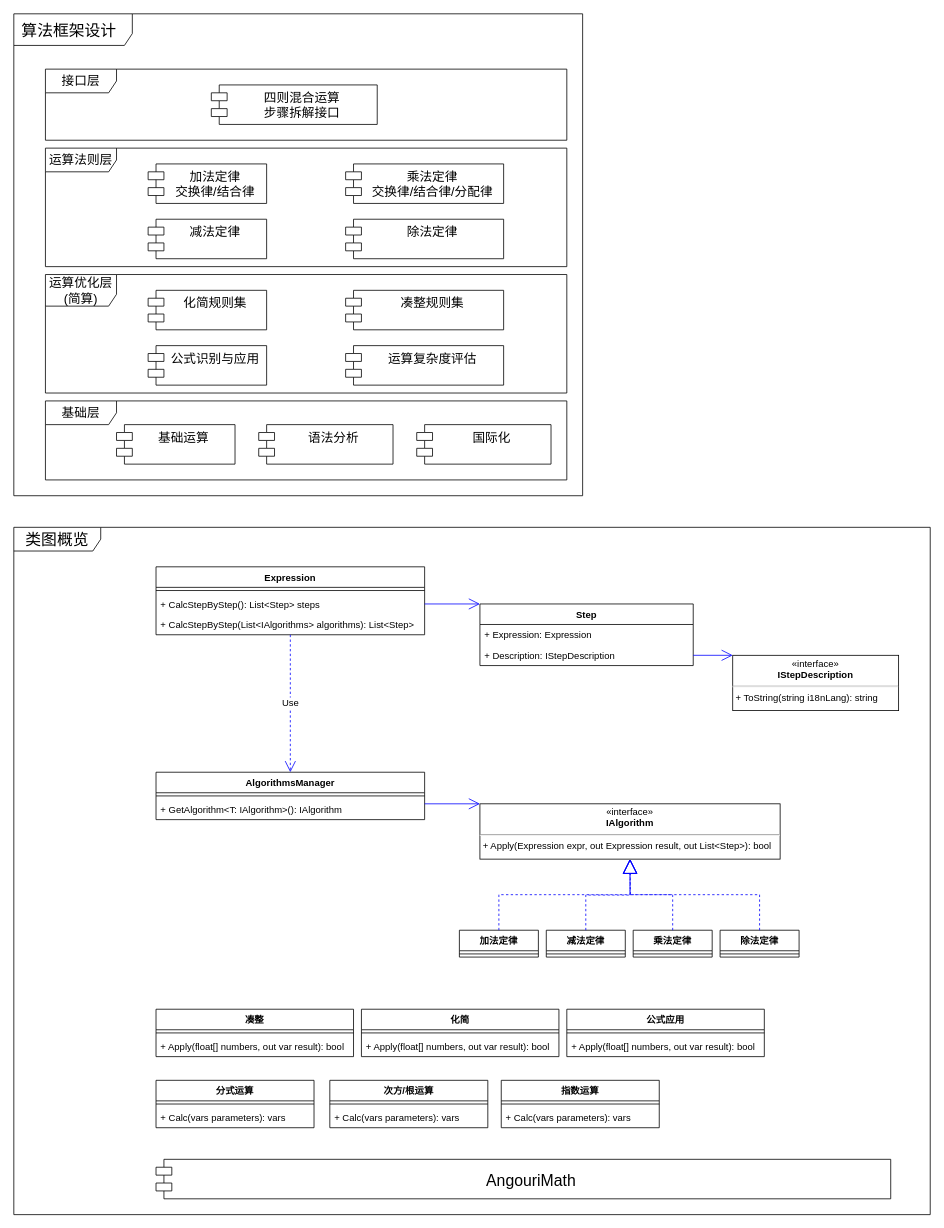
Above: page "四则混合运算步骤拆解 算法设计组件图" (1 of 3) of 数学引擎.drawio in TinlerLin/MathEngine (draw.io), before the change. Source tidied: cells renumbered, new cells numbered last; positions are measured from the earlier drawing's top-left corner, leaving out a move shared by most shapes. Both pictures are drawn from the tidied source at 79%, with x=0, y=0 at pixel (13, 13).
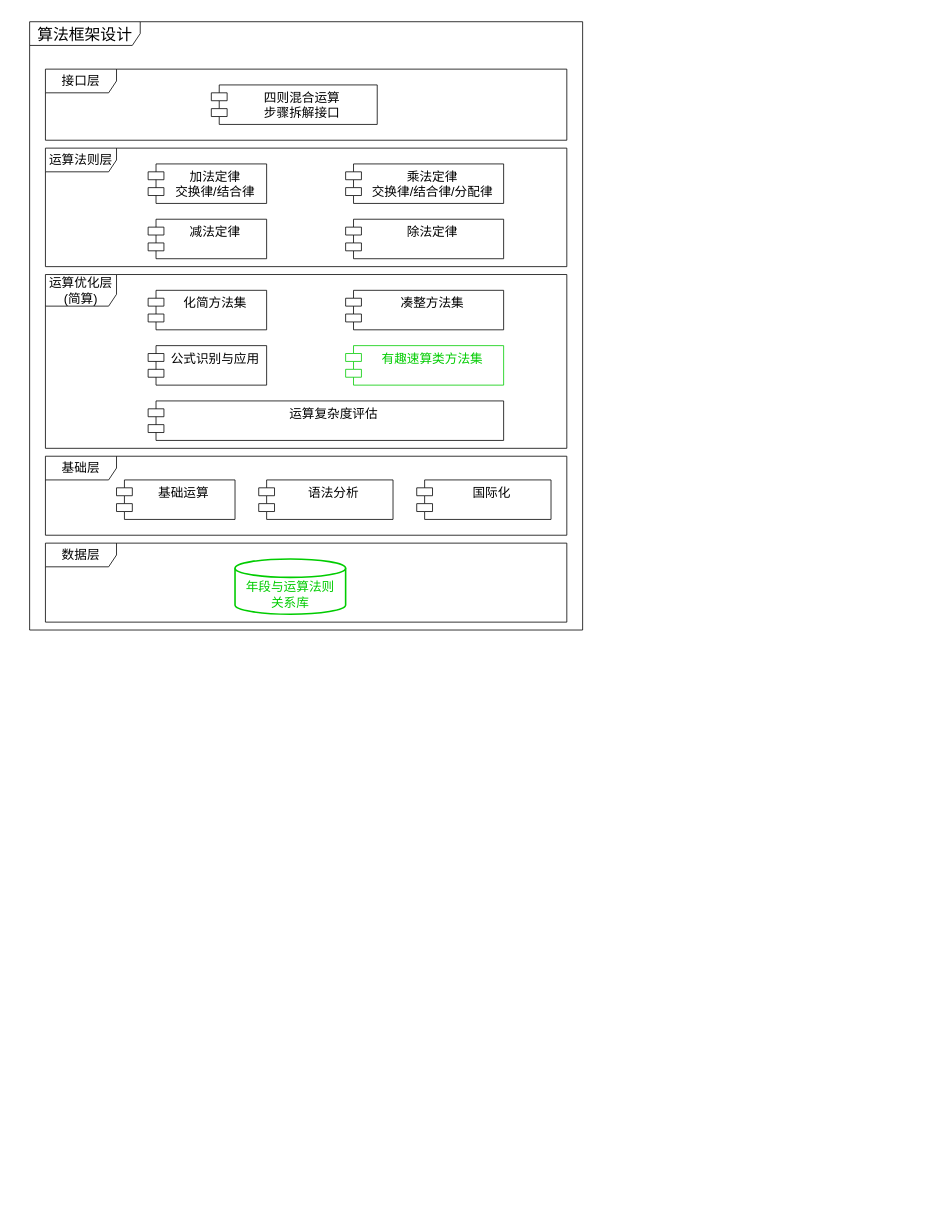
The same page after the edit.

Diff of the diagram source:
```diff
@@
-    <mxCell id="2" value="类图概览" style="shape=umlFrame;whiteSpace=wrap;html=1;rounded=0;shadow=0;glass=0;sketch=0;fontSize=20;fontColor=#000000;strokeColor=default;strokeWidth=1;fillColor=default;width=110;height=30;" parent="1" vertex="1">
-      <mxGeometry y="650" width="1160" height="870" as="geometry" />
-    </mxCell>
-    <mxCell id="3" value="算法框架设计" style="shape=umlFrame;whiteSpace=wrap;html=1;fontSize=20;fontColor=#000000;strokeColor=#000000;strokeWidth=1;fillColor=default;width=150;height=40;align=left;spacingLeft=8;" parent="1" vertex="1">
-      <mxGeometry width="720" height="610" as="geometry" />
+    <mxCell id="3" value="算法框架设计" style="shape=umlFrame;whiteSpace=wrap;html=1;rounded=0;shadow=0;glass=0;sketch=0;fontSize=20;fontColor=#000000;strokeColor=default;strokeWidth=1;fillColor=default;width=140;height=30;" parent="1" vertex="1">
+      <mxGeometry x="20" y="10" width="700" height="770" as="geometry" />
     </mxCell>
@@
     <mxCell id="6" value="运算优化层&lt;br&gt;(简算)" style="shape=umlFrame;whiteSpace=wrap;html=1;width=90;height=40;fontSize=16;" parent="1" vertex="1">
-      <mxGeometry x="40" y="330" width="660" height="150" as="geometry" />
+      <mxGeometry x="40" y="330" width="660" height="220" as="geometry" />
     </mxCell>
     <mxCell id="7" value="基础层" style="shape=umlFrame;whiteSpace=wrap;html=1;width=90;height=30;fontSize=16;" parent="1" vertex="1">
-      <mxGeometry x="40" y="490" width="660" height="100" as="geometry" />
+      <mxGeometry x="40" y="560" width="660" height="100" as="geometry" />
     </mxCell>
     <mxCell id="8" value="基础运算" style="shape=module;align=left;spacingLeft=20;align=center;verticalAlign=top;fontSize=16;" parent="1" vertex="1">
-      <mxGeometry x="130" y="520" width="150" height="50" as="geometry" />
+      <mxGeometry x="130" y="590" width="150" height="50" as="geometry" />
     </mxCell>
     <mxCell id="9" value="语法分析" style="shape=module;align=left;spacingLeft=20;align=center;verticalAlign=top;fontSize=16;" parent="1" vertex="1">
-      <mxGeometry x="310" y="520" width="170" height="50" as="geometry" />
+      <mxGeometry x="310" y="590" width="170" height="50" as="geometry" />
     </mxCell>
-    <mxCell id="10" value="化简规则集" style="shape=module;align=left;spacingLeft=20;align=center;verticalAlign=top;fontSize=16;" parent="1" vertex="1">
+    <mxCell id="10" value="化简方法集" style="shape=module;align=left;spacingLeft=20;align=center;verticalAlign=top;fontSize=16;" parent="1" vertex="1">
       <mxGeometry x="170" y="350" width="150" height="50" as="geometry" />
     </mxCell>
-    <mxCell id="11" value="凑整规则集" style="shape=module;align=left;spacingLeft=20;align=center;verticalAlign=top;fontSize=16;" parent="1" vertex="1">
+    <mxCell id="11" value="凑整方法集" style="shape=module;align=left;spacingLeft=20;align=center;verticalAlign=top;fontSize=16;" parent="1" vertex="1">
       <mxGeometry x="420" y="350" width="200" height="50" as="geometry" />
     </mxCell>
@@
     <mxCell id="18" value="运算复杂度评估" style="shape=module;align=left;spacingLeft=20;align=center;verticalAlign=top;fontSize=16;" parent="1" vertex="1">
-      <mxGeometry x="420" y="420" width="200" height="50" as="geometry" />
+      <mxGeometry x="170" y="490" width="450" height="50" as="geometry" />
     </mxCell>
-    <mxCell id="19" value="Expression" style="swimlane;fontStyle=1;align=center;verticalAlign=top;horizontal=1;startSize=26;fontSize=12;fontColor=#000000;strokeColor=#000000;strokeWidth=1;fillColor=default;" parent="1" vertex="1">
-      <mxGeometry x="180" y="700" width="340" height="86" as="geometry" />
-    </mxCell>
-    <mxCell id="20" style="line;strokeWidth=1;fillColor=none;align=left;verticalAlign=middle;spacingTop=-1;spacingLeft=3;spacingRight=3;labelPosition=right;fontSize=12;fontColor=#000000;" parent="19" vertex="1">
-      <mxGeometry y="26" width="340" height="8" as="geometry" />
-    </mxCell>
-    <mxCell id="21" value="+ CalcStepByStep(): List&lt;Step&gt; steps" style="text;strokeColor=none;fillColor=none;align=left;verticalAlign=top;spacingLeft=4;spacingRight=4;overflow=hidden;points=[[0,0.5],[1,0.5]];portConstraint=eastwest;fontSize=12;fontColor=#000000;" parent="19" vertex="1">
-      <mxGeometry y="34" width="340" height="26" as="geometry" />
-    </mxCell>
-    <mxCell id="22" value="+ CalcStepByStep(List&lt;IAlgorithms&gt; algorithms): List&lt;Step&gt;" style="text;strokeColor=none;fillColor=none;align=left;verticalAlign=top;spacingLeft=4;spacingRight=4;overflow=hidden;fontSize=12;fontColor=#000000;" parent="19" vertex="1">
-      <mxGeometry y="60" width="340" height="26" as="geometry" />
-    </mxCell>
-    <mxCell id="23" value="Step" style="swimlane;fontStyle=1;horizontal=1;startSize=26;fillColor=none;fontSize=12;fontColor=#000000;strokeColor=#000000;strokeWidth=1;" parent="1" vertex="1">
-      <mxGeometry x="590" y="747" width="270" height="78" as="geometry" />
-    </mxCell>
-    <mxCell id="24" value="+ Expression: Expression&#10;" style="text;strokeColor=none;fillColor=none;align=left;verticalAlign=top;spacingLeft=4;spacingRight=4;overflow=hidden;fontSize=12;fontColor=#000000;" parent="23" vertex="1">
-      <mxGeometry y="26" width="270" height="26" as="geometry" />
-    </mxCell>
-    <mxCell id="25" value="+ Description: IStepDescription" style="text;strokeColor=none;fillColor=none;align=left;verticalAlign=top;spacingLeft=4;spacingRight=4;overflow=hidden;points=[[0,0.5],[1,0.5]];portConstraint=eastwest;fontSize=12;fontColor=#000000;" parent="23" vertex="1">
-      <mxGeometry y="52" width="270" height="26" as="geometry" />
-    </mxCell>
-    <mxCell id="26" style="endArrow=open;endFill=1;endSize=12;html=1;rounded=0;fontSize=12;fontColor=#000000;strokeColor=#0000FF;entryX=0;entryY=0;entryDx=0;entryDy=0;exitX=1;exitY=0.5;exitDx=0;exitDy=0;" parent="1" edge="1" source="25" target="27">
-      <mxGeometry relative="1" as="geometry" />
-    </mxCell>
-    <mxCell id="27" value="&lt;p style=&quot;margin: 4px 0px 0px; text-align: center; font-size: 12px;&quot;&gt;&lt;span style=&quot;font-size: 12px;&quot;&gt;«interface»&lt;/span&gt;&lt;br style=&quot;font-size: 12px;&quot;&gt;&lt;b style=&quot;font-size: 12px;&quot;&gt;IStepDescription&lt;/b&gt;&lt;br style=&quot;font-size: 12px;&quot;&gt;&lt;/p&gt;&lt;hr style=&quot;font-size: 12px;&quot;&gt;&lt;p style=&quot;margin: 0px 0px 0px 4px; font-size: 12px;&quot;&gt;&lt;span style=&quot;font-size: 12px;&quot;&gt;+ ToString(string i18nLang): string&lt;/span&gt;&lt;br style=&quot;font-size: 12px;&quot;&gt;&lt;/p&gt;" style="verticalAlign=top;align=left;overflow=fill;fontSize=12;fontFamily=Helvetica;html=1;fontColor=#000000;strokeColor=default;strokeWidth=1;fillColor=default;rounded=0;shadow=0;sketch=0;glass=0;" parent="1" vertex="1">
-      <mxGeometry x="910" y="812" width="210" height="70" as="geometry" />
-    </mxCell>
     <mxCell id="28" value="国际化" style="shape=module;align=left;spacingLeft=20;align=center;verticalAlign=top;fontSize=16;" parent="1" vertex="1">
-      <mxGeometry x="510" y="520" width="170" height="50" as="geometry" />
+      <mxGeometry x="510" y="590" width="170" height="50" as="geometry" />
     </mxCell>
-    <mxCell id="29" value="&lt;p style=&quot;margin: 4px 0px 0px ; text-align: center ; font-size: 12px&quot;&gt;&lt;span style=&quot;font-size: 12px&quot;&gt;«interface»&lt;/span&gt;&lt;br style=&quot;font-size: 12px&quot;&gt;&lt;b style=&quot;font-size: 12px&quot;&gt;IAlgorithm&lt;/b&gt;&lt;br style=&quot;font-size: 12px&quot;&gt;&lt;/p&gt;&lt;hr style=&quot;font-size: 12px&quot;&gt;&lt;p style=&quot;margin: 0px 0px 0px 4px ; font-size: 12px&quot;&gt;&lt;span style=&quot;font-size: 12px&quot;&gt;+ Apply(Expression expr, out Expression result, out List&amp;lt;Step&amp;gt;): bool&lt;/span&gt;&lt;br style=&quot;font-size: 12px&quot;&gt;&lt;/p&gt;" style="verticalAlign=top;align=left;overflow=fill;fontSize=12;fontFamily=Helvetica;html=1;fontColor=#000000;strokeColor=default;strokeWidth=1;fillColor=default;rounded=0;shadow=0;sketch=0;glass=0;" parent="1" vertex="1">
-      <mxGeometry x="590" y="1000" width="380" height="70" as="geometry" />
-    </mxCell>
-    <mxCell id="30" value="AlgorithmsManager" style="swimlane;fontStyle=1;align=center;verticalAlign=top;horizontal=1;startSize=26;fontSize=12;fontColor=#000000;strokeColor=#000000;strokeWidth=1;fillColor=default;" parent="1" vertex="1">
-      <mxGeometry x="180" y="960" width="340" height="60" as="geometry" />
-    </mxCell>
-    <mxCell id="31" style="line;strokeWidth=1;fillColor=none;align=left;verticalAlign=middle;spacingTop=-1;spacingLeft=3;spacingRight=3;labelPosition=right;fontSize=12;fontColor=#000000;" parent="30" vertex="1">
-      <mxGeometry y="26" width="340" height="8" as="geometry" />
-    </mxCell>
-    <mxCell id="32" value="+ GetAlgorithm&lt;T: IAlgorithm&gt;(): IAlgorithm" style="text;strokeColor=none;fillColor=none;align=left;verticalAlign=top;spacingLeft=4;spacingRight=4;overflow=hidden;fontSize=12;fontColor=#000000;" parent="30" vertex="1">
-      <mxGeometry y="34" width="340" height="26" as="geometry" />
-    </mxCell>
-    <mxCell id="33" style="endArrow=open;endFill=1;endSize=12;html=1;rounded=0;fontSize=12;fontColor=#000000;strokeColor=#0000FF;exitX=1;exitY=0.5;exitDx=0;exitDy=0;entryX=0;entryY=0;entryDx=0;entryDy=0;" parent="1" edge="1" source="21" target="23">
-      <mxGeometry relative="1" as="geometry" />
-    </mxCell>
-    <mxCell id="34" style="endArrow=open;endFill=1;endSize=12;html=1;rounded=0;fontSize=12;fontColor=#000000;strokeColor=#0000FF;entryX=0;entryY=0;entryDx=0;entryDy=0;" parent="1" edge="1" target="29">
-      <mxGeometry relative="1" as="geometry">
-        <mxPoint x="520" y="1000" as="sourcePoint" />
-      </mxGeometry>
-    </mxCell>
-    <mxCell id="35" value="加法定律" style="swimlane;fontStyle=1;align=center;verticalAlign=top;horizontal=1;startSize=26;rounded=0;shadow=0;glass=0;sketch=0;fontSize=12;fontColor=#000000;strokeColor=default;strokeWidth=1;fillColor=default;" parent="1" vertex="1">
-      <mxGeometry x="564" y="1160" width="100" height="34" as="geometry" />
-    </mxCell>
-    <mxCell id="36" style="line;strokeWidth=1;fillColor=none;align=left;verticalAlign=middle;spacingTop=-1;spacingLeft=3;spacingRight=3;labelPosition=right;rounded=0;shadow=0;glass=0;sketch=0;fontSize=12;fontColor=#000000;" parent="35" vertex="1">
-      <mxGeometry y="26" width="100" height="8" as="geometry" />
-    </mxCell>
-    <mxCell id="37" value="减法定律" style="swimlane;fontStyle=1;align=center;verticalAlign=top;horizontal=1;startSize=26;rounded=0;shadow=0;glass=0;sketch=0;fontSize=12;fontColor=#000000;strokeColor=default;strokeWidth=1;fillColor=default;" parent="1" vertex="1">
-      <mxGeometry x="674" y="1160" width="100" height="34" as="geometry" />
-    </mxCell>
-    <mxCell id="38" style="line;strokeWidth=1;fillColor=none;align=left;verticalAlign=middle;spacingTop=-1;spacingLeft=3;spacingRight=3;labelPosition=right;rounded=0;shadow=0;glass=0;sketch=0;fontSize=12;fontColor=#000000;" parent="37" vertex="1">
-      <mxGeometry y="26" width="100" height="8" as="geometry" />
-    </mxCell>
-    <mxCell id="39" value="乘法定律" style="swimlane;fontStyle=1;align=center;verticalAlign=top;horizontal=1;startSize=26;rounded=0;shadow=0;glass=0;sketch=0;fontSize=12;fontColor=#000000;strokeColor=default;strokeWidth=1;fillColor=default;" parent="1" vertex="1">
-      <mxGeometry x="784" y="1160" width="100" height="34" as="geometry" />
-    </mxCell>
-    <mxCell id="40" style="line;strokeWidth=1;fillColor=none;align=left;verticalAlign=middle;spacingTop=-1;spacingLeft=3;spacingRight=3;labelPosition=right;rounded=0;shadow=0;glass=0;sketch=0;fontSize=12;fontColor=#000000;" parent="39" vertex="1">
-      <mxGeometry y="26" width="100" height="8" as="geometry" />
-    </mxCell>
-    <mxCell id="41" value="除法定律" style="swimlane;fontStyle=1;align=center;verticalAlign=top;horizontal=1;startSize=26;rounded=0;shadow=0;glass=0;sketch=0;fontSize=12;fontColor=#000000;strokeColor=default;strokeWidth=1;fillColor=default;" parent="1" vertex="1">
-      <mxGeometry x="894" y="1160" width="100" height="34" as="geometry" />
-    </mxCell>
-    <mxCell id="42" style="line;strokeWidth=1;fillColor=none;align=left;verticalAlign=middle;spacingTop=-1;spacingLeft=3;spacingRight=3;labelPosition=right;rounded=0;shadow=0;glass=0;sketch=0;fontSize=12;fontColor=#000000;" parent="41" vertex="1">
-      <mxGeometry y="26" width="100" height="8" as="geometry" />
-    </mxCell>
-    <mxCell id="43" style="endArrow=block;endSize=16;endFill=0;html=1;rounded=0;fontSize=12;fontColor=#000000;strokeColor=#0000FF;entryX=0.5;entryY=1;entryDx=0;entryDy=0;exitX=0.5;exitY=0;exitDx=0;exitDy=0;dashed=1;edgeStyle=orthogonalEdgeStyle;" parent="1" edge="1" source="35" target="29">
-      <mxGeometry relative="1" as="geometry" />
-    </mxCell>
-    <mxCell id="44" style="endArrow=block;endSize=16;endFill=0;html=1;rounded=0;fontSize=12;fontColor=#000000;strokeColor=#0000FF;dashed=1;edgeStyle=orthogonalEdgeStyle;exitX=0.5;exitY=0;exitDx=0;exitDy=0;" parent="1" edge="1" source="37">
-      <mxGeometry relative="1" as="geometry">
-        <mxPoint x="780" y="1070" as="targetPoint" />
-      </mxGeometry>
-    </mxCell>
-    <mxCell id="45" style="endArrow=block;endSize=16;endFill=0;html=1;rounded=0;fontSize=12;fontColor=#000000;strokeColor=#0000FF;exitX=0.5;exitY=0;exitDx=0;exitDy=0;dashed=1;edgeStyle=orthogonalEdgeStyle;" parent="1" edge="1" source="41" target="29">
-      <mxGeometry relative="1" as="geometry" />
-    </mxCell>
-    <mxCell id="46" style="endArrow=block;endSize=16;endFill=0;html=1;rounded=0;fontSize=12;fontColor=#000000;strokeColor=#0000FF;exitX=0.5;exitY=0;exitDx=0;exitDy=0;dashed=1;edgeStyle=orthogonalEdgeStyle;" parent="1" edge="1" source="39" target="29">
-      <mxGeometry relative="1" as="geometry" />
-    </mxCell>
-    <mxCell id="47" value="Use" style="endArrow=open;endSize=12;dashed=1;html=1;rounded=0;fontSize=12;fontColor=#000000;strokeColor=#0000FF;" parent="1" edge="1" source="19" target="30">
-      <mxGeometry relative="1" as="geometry" />
-    </mxCell>
-    <mxCell id="48" value="凑整" style="swimlane;fontStyle=1;align=center;verticalAlign=top;horizontal=1;startSize=26;rounded=0;shadow=0;glass=0;sketch=0;fontSize=12;fontColor=#000000;strokeColor=default;strokeWidth=1;fillColor=default;" parent="1" vertex="1">
-      <mxGeometry x="180" y="1260" width="250" height="60" as="geometry" />
-    </mxCell>
-    <mxCell id="49" style="line;strokeWidth=1;fillColor=none;align=left;verticalAlign=middle;spacingTop=-1;spacingLeft=3;spacingRight=3;labelPosition=right;rounded=0;shadow=0;glass=0;sketch=0;fontSize=12;fontColor=#000000;" parent="48" vertex="1">
-      <mxGeometry y="26" width="250" height="8" as="geometry" />
-    </mxCell>
-    <mxCell id="50" value="+ Apply(float[] numbers, out var result): bool" style="text;strokeColor=none;fillColor=none;align=left;verticalAlign=top;spacingLeft=4;spacingRight=4;overflow=hidden;rounded=0;shadow=0;glass=0;sketch=0;fontSize=12;fontColor=#000000;" parent="48" vertex="1">
-      <mxGeometry y="34" width="250" height="26" as="geometry" />
-    </mxCell>
-    <mxCell id="51" value="化简" style="swimlane;fontStyle=1;align=center;verticalAlign=top;horizontal=1;startSize=26;rounded=0;shadow=0;glass=0;sketch=0;fontSize=12;fontColor=#000000;strokeColor=default;strokeWidth=1;fillColor=default;" parent="1" vertex="1">
-      <mxGeometry x="440" y="1260" width="250" height="60" as="geometry" />
-    </mxCell>
-    <mxCell id="52" style="line;strokeWidth=1;fillColor=none;align=left;verticalAlign=middle;spacingTop=-1;spacingLeft=3;spacingRight=3;labelPosition=right;rounded=0;shadow=0;glass=0;sketch=0;fontSize=12;fontColor=#000000;" parent="51" vertex="1">
-      <mxGeometry y="26" width="250" height="8" as="geometry" />
-    </mxCell>
-    <mxCell id="53" value="+ Apply(float[] numbers, out var result): bool" style="text;strokeColor=none;fillColor=none;align=left;verticalAlign=top;spacingLeft=4;spacingRight=4;overflow=hidden;rounded=0;shadow=0;glass=0;sketch=0;fontSize=12;fontColor=#000000;" parent="51" vertex="1">
-      <mxGeometry y="34" width="250" height="26" as="geometry" />
-    </mxCell>
-    <mxCell id="54" value="AngouriMath" style="shape=module;align=left;spacingLeft=20;align=center;verticalAlign=middle;rounded=0;shadow=0;glass=0;sketch=0;fontSize=20;fontColor=#000000;strokeColor=default;strokeWidth=1;fillColor=default;" parent="1" vertex="1">
-      <mxGeometry x="180" y="1450" width="930" height="50" as="geometry" />
-    </mxCell>
-    <mxCell id="55" value="分式运算" style="swimlane;fontStyle=1;align=center;verticalAlign=top;horizontal=1;startSize=26;rounded=0;shadow=0;glass=0;sketch=0;fontSize=12;fontColor=#000000;strokeColor=default;strokeWidth=1;fillColor=default;" parent="1" vertex="1">
-      <mxGeometry x="180" y="1350" width="200" height="60" as="geometry" />
-    </mxCell>
-    <mxCell id="56" style="line;strokeWidth=1;fillColor=none;align=left;verticalAlign=middle;spacingTop=-1;spacingLeft=3;spacingRight=3;labelPosition=right;rounded=0;shadow=0;glass=0;sketch=0;fontSize=12;fontColor=#000000;" parent="55" vertex="1">
-      <mxGeometry y="26" width="200" height="8" as="geometry" />
-    </mxCell>
-    <mxCell id="57" value="+ Calc(vars parameters): vars" style="text;strokeColor=none;fillColor=none;align=left;verticalAlign=top;spacingLeft=4;spacingRight=4;overflow=hidden;rounded=0;shadow=0;glass=0;sketch=0;fontSize=12;fontColor=#000000;" parent="55" vertex="1">
-      <mxGeometry y="34" width="200" height="26" as="geometry" />
-    </mxCell>
-    <mxCell id="58" value="次方/根运算" style="swimlane;fontStyle=1;align=center;verticalAlign=top;horizontal=1;startSize=26;rounded=0;shadow=0;glass=0;sketch=0;fontSize=12;fontColor=#000000;strokeColor=default;strokeWidth=1;fillColor=default;" parent="1" vertex="1">
-      <mxGeometry x="400" y="1350" width="200" height="60" as="geometry" />
-    </mxCell>
-    <mxCell id="59" style="line;strokeWidth=1;fillColor=none;align=left;verticalAlign=middle;spacingTop=-1;spacingLeft=3;spacingRight=3;labelPosition=right;rounded=0;shadow=0;glass=0;sketch=0;fontSize=12;fontColor=#000000;" parent="58" vertex="1">
-      <mxGeometry y="26" width="200" height="8" as="geometry" />
-    </mxCell>
-    <mxCell id="60" value="+ Calc(vars parameters): vars" style="text;strokeColor=none;fillColor=none;align=left;verticalAlign=top;spacingLeft=4;spacingRight=4;overflow=hidden;rounded=0;shadow=0;glass=0;sketch=0;fontSize=12;fontColor=#000000;" parent="58" vertex="1">
-      <mxGeometry y="34" width="200" height="26" as="geometry" />
-    </mxCell>
-    <mxCell id="61" value="指数运算" style="swimlane;fontStyle=1;align=center;verticalAlign=top;horizontal=1;startSize=26;rounded=0;shadow=0;glass=0;sketch=0;fontSize=12;fontColor=#000000;strokeColor=default;strokeWidth=1;fillColor=default;" parent="1" vertex="1">
-      <mxGeometry x="617" y="1350" width="200" height="60" as="geometry" />
-    </mxCell>
-    <mxCell id="62" style="line;strokeWidth=1;fillColor=none;align=left;verticalAlign=middle;spacingTop=-1;spacingLeft=3;spacingRight=3;labelPosition=right;rounded=0;shadow=0;glass=0;sketch=0;fontSize=12;fontColor=#000000;" parent="61" vertex="1">
-      <mxGeometry y="26" width="200" height="8" as="geometry" />
-    </mxCell>
-    <mxCell id="63" value="+ Calc(vars parameters): vars" style="text;strokeColor=none;fillColor=none;align=left;verticalAlign=top;spacingLeft=4;spacingRight=4;overflow=hidden;rounded=0;shadow=0;glass=0;sketch=0;fontSize=12;fontColor=#000000;" parent="61" vertex="1">
-      <mxGeometry y="34" width="200" height="26" as="geometry" />
-    </mxCell>
-    <mxCell id="64" value="公式应用" style="swimlane;fontStyle=1;align=center;verticalAlign=top;horizontal=1;startSize=26;rounded=0;shadow=0;glass=0;sketch=0;fontSize=12;fontColor=#000000;strokeColor=default;strokeWidth=1;fillColor=default;" parent="1" vertex="1">
-      <mxGeometry x="700" y="1260" width="250" height="60" as="geometry" />
-    </mxCell>
-    <mxCell id="65" style="line;strokeWidth=1;fillColor=none;align=left;verticalAlign=middle;spacingTop=-1;spacingLeft=3;spacingRight=3;labelPosition=right;rounded=0;shadow=0;glass=0;sketch=0;fontSize=12;fontColor=#000000;" parent="64" vertex="1">
-      <mxGeometry y="26" width="250" height="8" as="geometry" />
-    </mxCell>
-    <mxCell id="66" value="+ Apply(float[] numbers, out var result): bool" style="text;strokeColor=none;fillColor=none;align=left;verticalAlign=top;spacingLeft=4;spacingRight=4;overflow=hidden;rounded=0;shadow=0;glass=0;sketch=0;fontSize=12;fontColor=#000000;" parent="64" vertex="1">
-      <mxGeometry y="34" width="250" height="26" as="geometry" />
-    </mxCell>
+    <mxCell id="67" value="有趣速算类方法集" style="shape=module;align=left;spacingLeft=20;align=center;verticalAlign=top;fontSize=16;fontColor=#00CC00;strokeColor=#00CC00;" parent="1" vertex="1">
+      <mxGeometry x="420" y="420" width="200" height="50" as="geometry" />
+    </mxCell>
+    <mxCell id="68" value="数据层" style="shape=umlFrame;whiteSpace=wrap;html=1;width=90;height=30;fontSize=16;" parent="1" vertex="1">
+      <mxGeometry x="40" y="670" width="660" height="100" as="geometry" />
+    </mxCell>
+    <mxCell id="69" value="&lt;font&gt;年段与运算法则&lt;br&gt;关系库&lt;/font&gt;" style="strokeWidth=2;html=1;shape=mxgraph.flowchart.database;whiteSpace=wrap;rounded=0;shadow=0;glass=0;sketch=0;fontSize=16;fontColor=#00CC00;fillColor=default;spacingBottom=-20;strokeColor=#00CC00;" parent="1" vertex="1">
+      <mxGeometry x="280" y="690" width="140" height="70" as="geometry" />
+    </mxCell>
```
